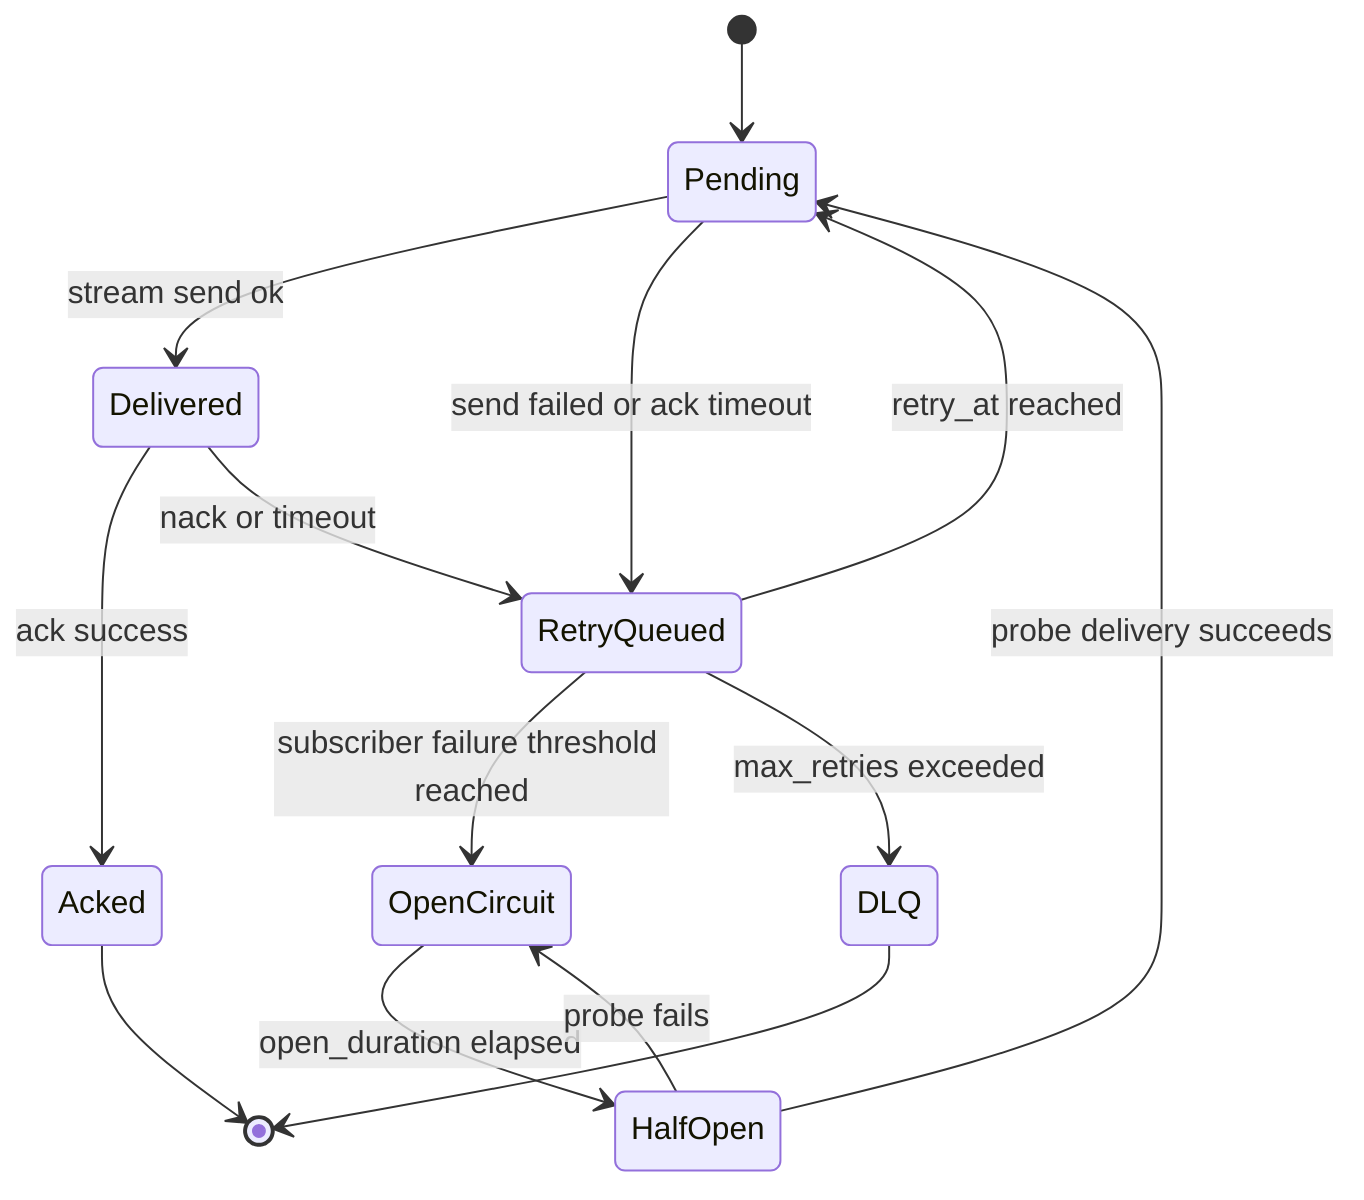
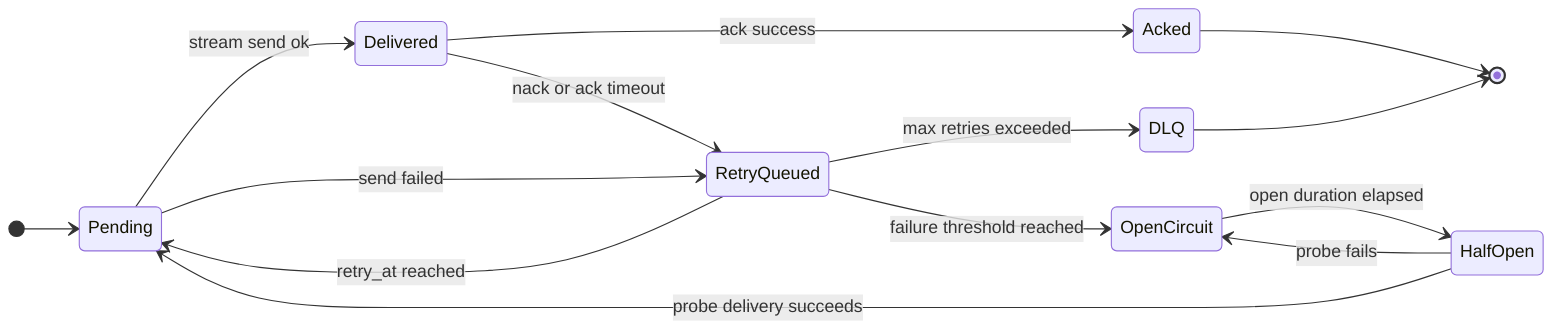
stateDiagram-v2
+     direction LR
+ 
    [*] --> Pending
    Pending --> Delivered: stream send ok
-     Pending --> RetryQueued: send failed or ack timeout
    Delivered --> Acked: ack success
-     Delivered --> RetryQueued: nack or timeout
+     Acked --> [*]
+ 
+     Pending --> RetryQueued: send failed
+     Delivered --> RetryQueued: nack or ack timeout
    RetryQueued --> Pending: retry_at reached
-     RetryQueued --> OpenCircuit: subscriber failure threshold reached
-     OpenCircuit --> HalfOpen: open_duration elapsed
+     RetryQueued --> DLQ: max retries exceeded
+     DLQ --> [*]
+ 
+     RetryQueued --> OpenCircuit: failure threshold reached
+     OpenCircuit --> HalfOpen: open duration elapsed
    HalfOpen --> Pending: probe delivery succeeds
    HalfOpen --> OpenCircuit: probe fails
-     RetryQueued --> DLQ: max_retries exceeded
-     DLQ --> [*]
-     Acked --> [*]